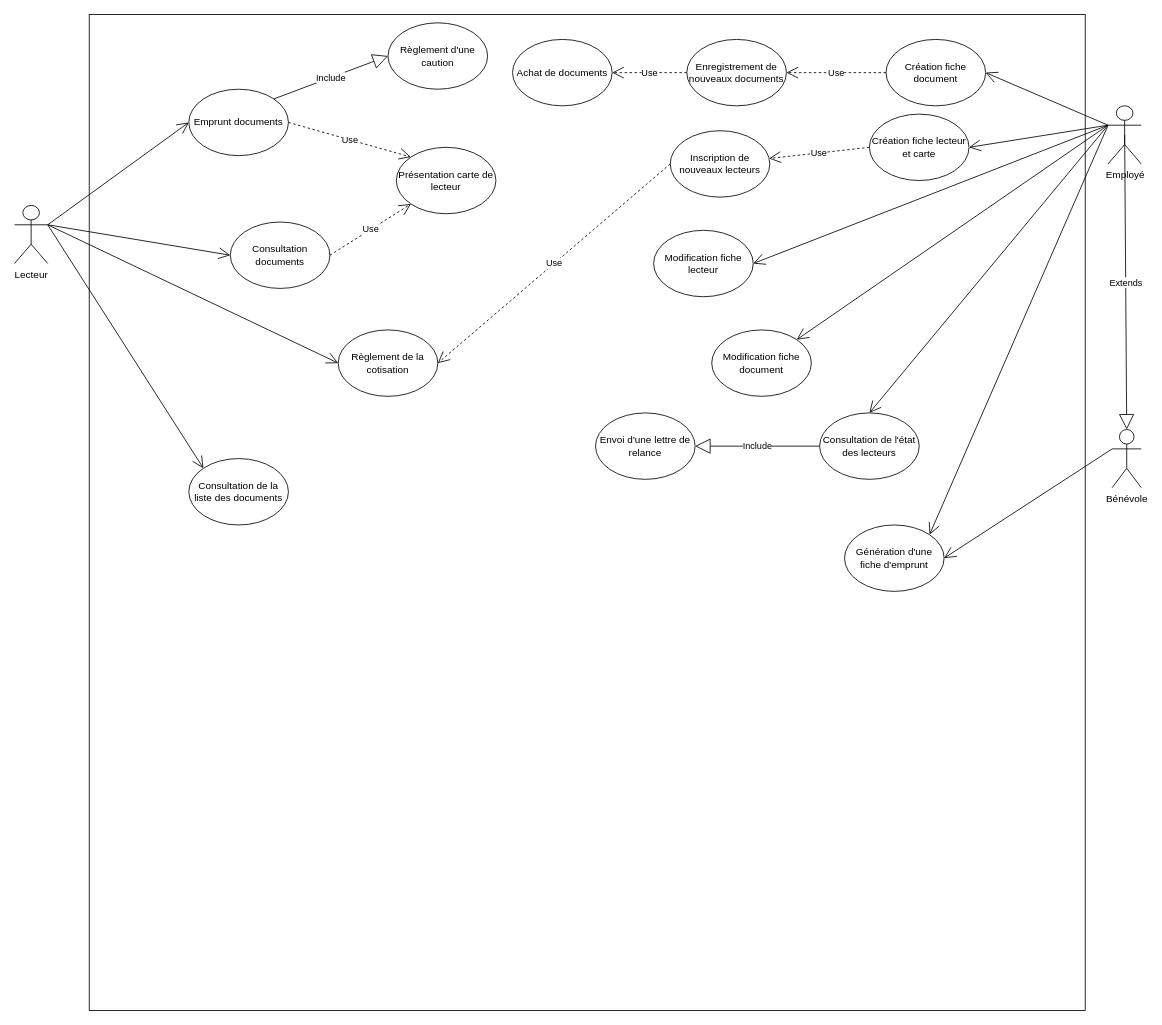
Above: Développer des composants d'interface/Maquetter une application/UML Partie 1/Phase 2 - Cas d'utilisation et Scénarios/diagramme_cas_d_utilisation.drawio in BaltoClem/Travaux_CDA (draw.io), before the change. Source tidied: cells renumbered, new cells numbered last; positions are measured from the earlier drawing's top-left corner, leaving out a move shared by most shapes. Both pictures are drawn from the tidied source at 83%, with x=0, y=0 at pixel (14, 14).
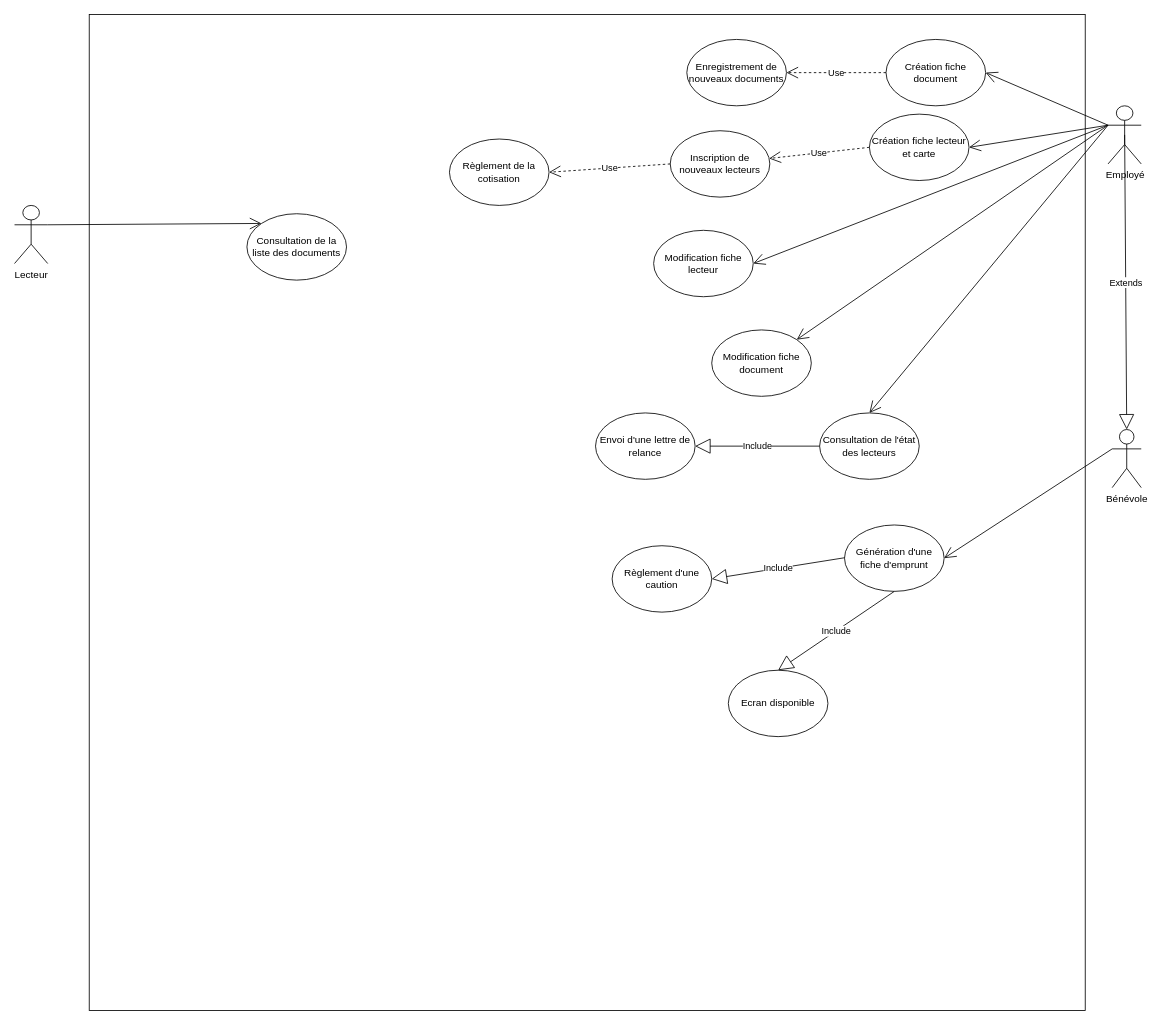
Above is the later version.

The change refers to these unchanged cells:
```xml
<mxCell id="3" value="Employé" style="shape=umlActor;verticalLabelPosition=bottom;verticalAlign=top;html=1;outlineConnect=0;" parent="1" vertex="1">
  <mxGeometry x="1317.5" y="110" width="40" height="70" as="geometry" />
</mxCell>
<mxCell id="4" value="Lecteur" style="shape=umlActor;verticalLabelPosition=bottom;verticalAlign=top;html=1;outlineConnect=0;" parent="1" vertex="1">
  <mxGeometry y="230" width="40" height="70" as="geometry" />
</mxCell>
<mxCell id="9" value="Enregistrement de nouveaux documents" style="ellipse;whiteSpace=wrap;html=1;" parent="1" vertex="1">
  <mxGeometry x="810" y="30" width="120" height="80" as="geometry" />
</mxCell>
<mxCell id="36" value="Génération d'une fiche d'emprunt" style="ellipse;whiteSpace=wrap;html=1;" parent="1" vertex="1">
  <mxGeometry x="1000" y="615" width="120" height="80" as="geometry" />
</mxCell>
```

Change to the diagram source:
```diff
@@
-    <mxCell id="6" value="Emprunt documents" style="ellipse;whiteSpace=wrap;html=1;" parent="1" vertex="1">
-      <mxGeometry x="210" y="90" width="120" height="80" as="geometry" />
-    </mxCell>
@@
-    <mxCell id="11" value="Achat de documents" style="ellipse;whiteSpace=wrap;html=1;" parent="1" vertex="1">
-      <mxGeometry x="600" y="30" width="120" height="80" as="geometry" />
-    </mxCell>
-    <mxCell id="12" value="Présentation carte de lecteur" style="ellipse;whiteSpace=wrap;html=1;" parent="1" vertex="1">
-      <mxGeometry x="460" y="160" width="120" height="80" as="geometry" />
-    </mxCell>
-    <mxCell id="13" value="Consultation documents" style="ellipse;whiteSpace=wrap;html=1;" parent="1" vertex="1">
-      <mxGeometry x="260" y="250" width="120" height="80" as="geometry" />
-    </mxCell>
-    <mxCell id="14" value="Use" style="endArrow=open;endSize=12;dashed=1;html=1;exitX=1;exitY=0.5;exitDx=0;exitDy=0;entryX=0;entryY=0;entryDx=0;entryDy=0;" parent="1" edge="1" source="6" target="12">
-      <mxGeometry relative="1" as="geometry" />
-    </mxCell>
-    <mxCell id="15" value="Use" style="endArrow=open;endSize=12;dashed=1;html=1;entryX=0;entryY=1;entryDx=0;entryDy=0;exitX=1;exitY=0.5;exitDx=0;exitDy=0;" parent="1" edge="1" source="13" target="12">
-      <mxGeometry relative="1" as="geometry" />
-    </mxCell>
-    <mxCell id="16" style="endArrow=open;endFill=1;endSize=12;html=1;exitX=1;exitY=0.3333333333333333;exitDx=0;exitDy=0;exitPerimeter=0;entryX=0;entryY=0.5;entryDx=0;entryDy=0;" parent="1" edge="1" source="4" target="6">
-      <mxGeometry relative="1" as="geometry" />
-    </mxCell>
-    <mxCell id="17" style="endArrow=open;endFill=1;endSize=12;html=1;exitX=1;exitY=0.3333333333333333;exitDx=0;exitDy=0;exitPerimeter=0;entryX=0;entryY=0.5;entryDx=0;entryDy=0;" parent="1" edge="1" source="4" target="13">
-      <mxGeometry relative="1" as="geometry" />
-    </mxCell>
@@
-    <mxCell id="20" value="Use" style="endArrow=open;endSize=12;dashed=1;html=1;exitX=0;exitY=0.5;exitDx=0;exitDy=0;entryX=1;entryY=0.5;entryDx=0;entryDy=0;" parent="1" edge="1" source="9" target="11">
-      <mxGeometry relative="1" as="geometry" />
-    </mxCell>
@@
     <mxCell id="25" value="Règlement de la cotisation" style="ellipse;whiteSpace=wrap;html=1;" parent="1" vertex="1">
-      <mxGeometry x="390" y="380" width="120" height="80" as="geometry" />
+      <mxGeometry x="524" y="150" width="120" height="80" as="geometry" />
     </mxCell>
-    <mxCell id="26" style="endArrow=open;endFill=1;endSize=12;html=1;exitX=1;exitY=0.3333333333333333;exitDx=0;exitDy=0;exitPerimeter=0;entryX=0;entryY=0.5;entryDx=0;entryDy=0;" parent="1" edge="1" source="4" target="25">
-      <mxGeometry relative="1" as="geometry" />
-    </mxCell>
@@
     <mxCell id="28" value="Règlement d'une caution" style="ellipse;whiteSpace=wrap;html=1;" parent="1" vertex="1">
-      <mxGeometry x="450" y="10" width="120" height="80" as="geometry" />
+      <mxGeometry x="720" y="640" width="120" height="80" as="geometry" />
     </mxCell>
-    <mxCell id="29" value="Include" style="endArrow=block;endSize=16;endFill=0;html=1;exitX=1;exitY=0;exitDx=0;exitDy=0;entryX=0;entryY=0.5;entryDx=0;entryDy=0;" parent="1" edge="1" source="6" target="28">
-      <mxGeometry relative="1" as="geometry" />
-    </mxCell>
@@
     <mxCell id="37" value="Consultation de la liste des documents" style="ellipse;whiteSpace=wrap;html=1;" parent="1" vertex="1">
-      <mxGeometry x="210" y="535" width="120" height="80" as="geometry" />
+      <mxGeometry x="280" y="240" width="120" height="80" as="geometry" />
     </mxCell>
@@
-    <mxCell id="41" style="endArrow=open;endFill=1;endSize=12;html=1;exitX=0;exitY=0.3333333333333333;exitDx=0;exitDy=0;exitPerimeter=0;entryX=1;entryY=0;entryDx=0;entryDy=0;" parent="1" edge="1" source="3" target="36">
-      <mxGeometry relative="1" as="geometry" />
-    </mxCell>
+    <mxCell id="42" value="Include" style="endArrow=block;endSize=16;endFill=0;html=1;exitX=0;exitY=0.5;exitDx=0;exitDy=0;entryX=1;entryY=0.5;entryDx=0;entryDy=0;" parent="1" edge="1" target="28">
+      <mxGeometry relative="1" as="geometry">
+        <mxPoint x="1000" y="654.5" as="sourcePoint" />
+      </mxGeometry>
+    </mxCell>
+    <mxCell id="43" value="Ecran disponible" style="ellipse;whiteSpace=wrap;html=1;" parent="1" vertex="1">
+      <mxGeometry x="860" y="790" width="120" height="80" as="geometry" />
+    </mxCell>
+    <mxCell id="44" value="Include" style="endArrow=block;endSize=16;endFill=0;html=1;exitX=0.5;exitY=1;exitDx=0;exitDy=0;entryX=0.5;entryY=0;entryDx=0;entryDy=0;" parent="1" edge="1" source="36" target="43">
+      <mxGeometry relative="1" as="geometry" />
+    </mxCell>
```
